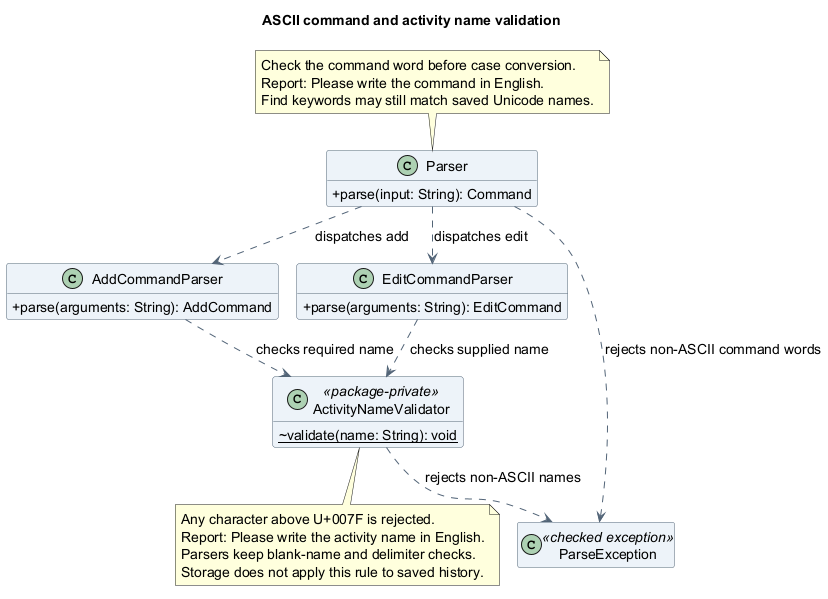
Earlier version of the PlantUML export docs/images/luke/class/ActivityNameValidatorClassDiagram.png (AY2627S1-CS2113-T10-4/tp).
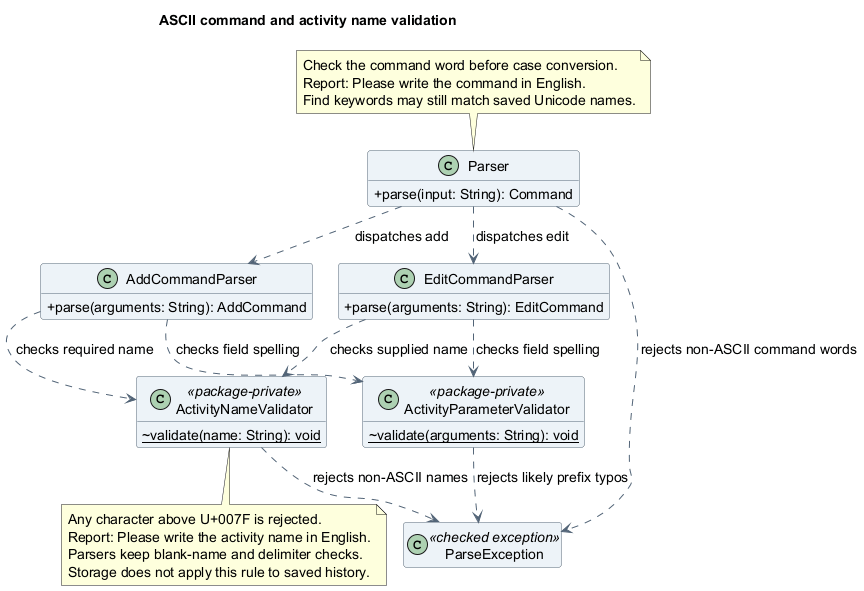
The same file after the commit.

Diff of the diagram source:
```diff
@@ -20,6 +20,9 @@
 class EditCommandParser {
   +parse(arguments: String): EditCommand
 }
+class ActivityParameterValidator <<package-private>> {
+  ~{static} validate(arguments: String): void
+}
 class ActivityNameValidator <<package-private>> {
   ~{static} validate(name: String): void
 }
@@ -30,6 +33,9 @@
 Parser ..> ParseException : rejects non-ASCII command words
 AddCommandParser ..> ActivityNameValidator : checks required name
 EditCommandParser ..> ActivityNameValidator : checks supplied name
+AddCommandParser ..> ActivityParameterValidator : checks field spelling
+EditCommandParser ..> ActivityParameterValidator : checks field spelling
+ActivityParameterValidator ..> ParseException : rejects likely prefix typos
 ActivityNameValidator ..> ParseException : rejects non-ASCII names
 
 note top of Parser
```
